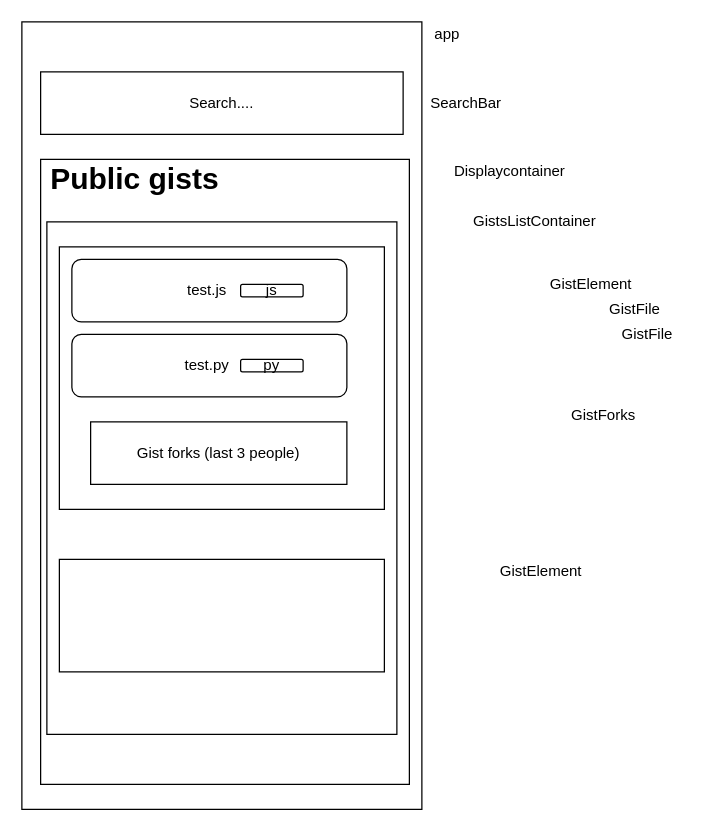
Before: components-diagram.drawio in ildikat/sector-labs-assignment, a draw.io diagram. Source tidied: cells renumbered, new cells numbered last; positions are measured from the earlier drawing's top-left corner, leaving out a move shared by most shapes. Both pictures are drawn from the tidied source at 125%, with x=0, y=0 at pixel (21, 21).
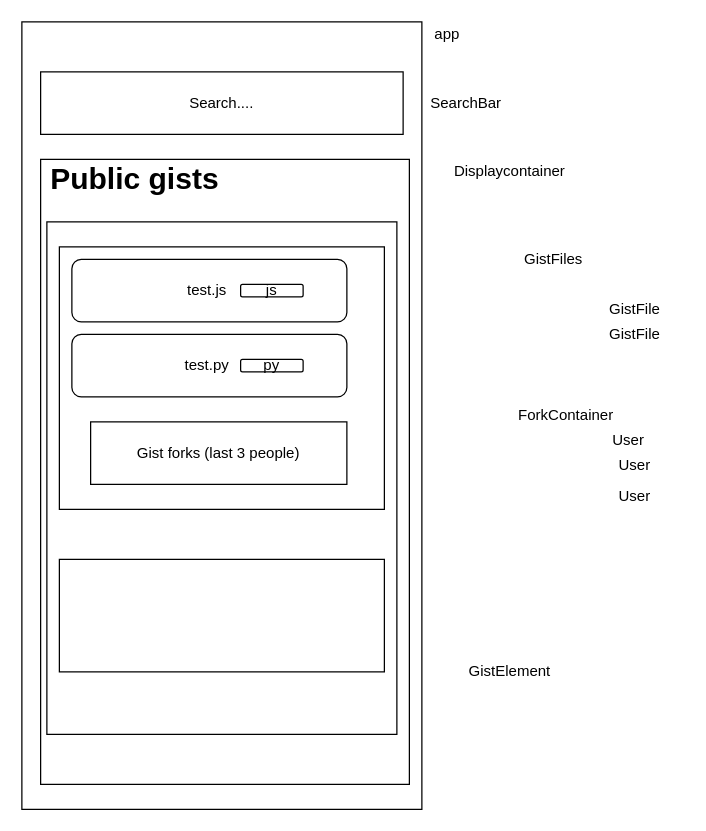
The same diagram, later.

What changed in the source:
```diff
@@
-    <mxCell id="10" value="GistsListContainer" style="text;html=1;align=center;verticalAlign=middle;strokeColor=none;fillColor=none;" parent="1" vertex="1">
-      <mxGeometry x="355" y="150" width="110" height="20" as="geometry" />
+    <mxCell id="10" value="GistFiles" style="text;html=1;align=center;verticalAlign=middle;strokeColor=none;fillColor=none;" parent="1" vertex="1">
+      <mxGeometry x="395" y="180" width="60" height="20" as="geometry" />
     </mxCell>
@@
     <mxCell id="13" value="GistElement" style="text;html=1;align=center;verticalAlign=middle;strokeColor=none;fillColor=none;" parent="1" vertex="1">
-      <mxGeometry x="375" y="430" width="80" height="20" as="geometry" />
+      <mxGeometry x="350" y="510" width="80" height="20" as="geometry" />
     </mxCell>
@@
     <mxCell id="19" value="GistFile" style="text;html=1;align=center;verticalAlign=middle;strokeColor=none;fillColor=none;" parent="1" vertex="1">
-      <mxGeometry x="470" y="240" width="60" height="20" as="geometry" />
+      <mxGeometry x="460" y="240" width="60" height="20" as="geometry" />
     </mxCell>
-    <mxCell id="20" value="GistForks" style="text;html=1;align=center;verticalAlign=middle;strokeColor=none;fillColor=none;" parent="1" vertex="1">
-      <mxGeometry x="430" y="305" width="70" height="20" as="geometry" />
+    <mxCell id="20" value="ForkContainer" style="text;html=1;align=center;verticalAlign=middle;strokeColor=none;fillColor=none;" parent="1" vertex="1">
+      <mxGeometry x="390" y="305" width="90" height="20" as="geometry" />
     </mxCell>
-    <mxCell id="21" value="GistElement" style="text;html=1;align=center;verticalAlign=middle;strokeColor=none;fillColor=none;" parent="1" vertex="1">
-      <mxGeometry x="415" y="200" width="80" height="20" as="geometry" />
-    </mxCell>
@@
+    <mxCell id="23" value="User" style="text;html=1;align=center;verticalAlign=middle;strokeColor=none;fillColor=none;" parent="1" vertex="1">
+      <mxGeometry x="465" y="325" width="40" height="20" as="geometry" />
+    </mxCell>
+    <mxCell id="24" value="User" style="text;html=1;align=center;verticalAlign=middle;strokeColor=none;fillColor=none;" parent="1" vertex="1">
+      <mxGeometry x="470" y="345" width="40" height="20" as="geometry" />
+    </mxCell>
+    <mxCell id="25" value="User" style="text;html=1;align=center;verticalAlign=middle;strokeColor=none;fillColor=none;" parent="1" vertex="1">
+      <mxGeometry x="470" y="370" width="40" height="20" as="geometry" />
+    </mxCell>
```
